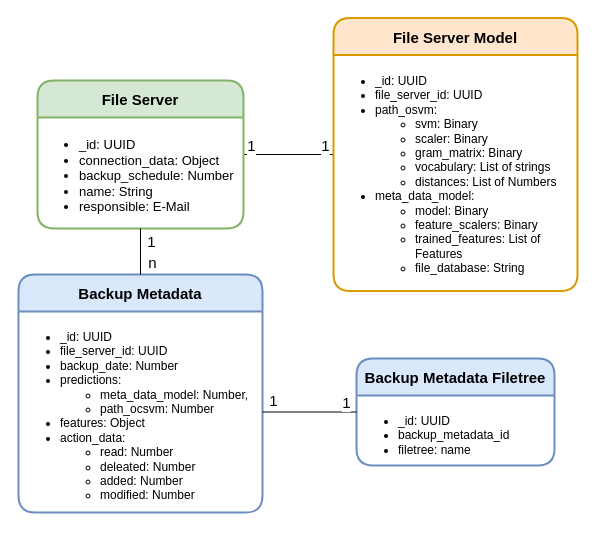
The draw.io diagram diagrams/DataBaseStructure.drawio in Blaxzter/AI-RWTH-Internship, before the edit. Source tidied: cells renumbered, new cells numbered last; positions are measured from the earlier drawing's top-left corner, leaving out a move shared by most shapes. Both pictures are drawn from the tidied source at 100%, with x=0, y=0 at pixel (18, 18).
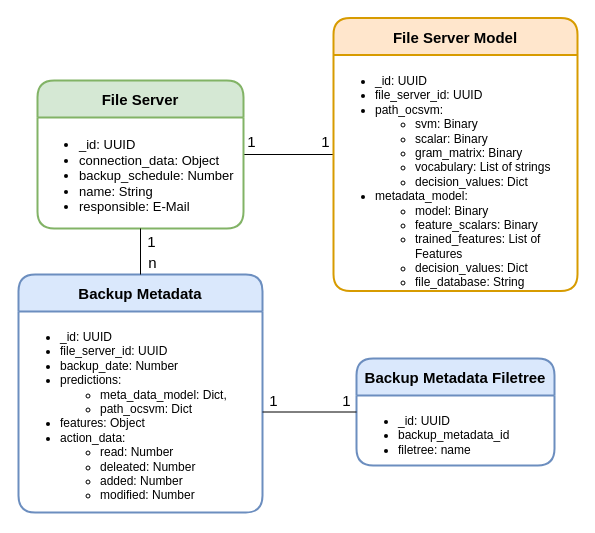
Above is the later version.

The change refers to these unchanged cells:
```xml
<mxCell id="2" style="edgeStyle=orthogonalEdgeStyle;rounded=0;jettySize=auto;html=1;fontSize=15;endArrow=none;endFill=0;" parent="1" edge="1" source="5" target="7">
  <mxGeometry relative="1" as="geometry" />
</mxCell>
<mxCell id="7" value="File Server Model" style="swimlane;horizontal=1;startSize=37;rounded=1;fontSize=15;fontStyle=1;strokeWidth=2;shadow=0;dashed=0;align=center;fillColor=#ffe6cc;strokeColor=#d79b00;" parent="1" vertex="1">
  <mxGeometry x="315" y="-0.5" width="244" height="273" as="geometry" />
</mxCell>
<mxCell id="9" value="Backup Metadata" style="swimlane;horizontal=1;startSize=37;rounded=1;fontSize=15;fontStyle=1;strokeWidth=2;shadow=0;dashed=0;align=center;fillColor=#dae8fc;strokeColor=#6c8ebf;" parent="1" vertex="1">
  <mxGeometry y="256" width="244" height="238" as="geometry" />
</mxCell>
<mxCell id="16" style="edgeStyle=orthogonalEdgeStyle;rounded=0;jettySize=auto;html=1;endArrow=none;endFill=0;fontSize=15;" parent="1" edge="1" source="10" target="14">
  <mxGeometry relative="1" as="geometry" />
</mxCell>
```

Change to the diagram source:
```diff
@@
     <mxCell id="3" value="1" style="edgeLabel;html=1;align=center;verticalAlign=middle;fontSize=15;" parent="2" vertex="1">
       <mxGeometry x="-0.21" relative="1" as="geometry">
-        <mxPoint x="-28.7" y="-10" as="offset" />
+        <mxPoint x="-28.7" y="-14" as="offset" />
       </mxGeometry>
     </mxCell>
     <mxCell id="4" value="1" style="edgeLabel;html=1;align=center;verticalAlign=middle;fontSize=15;" parent="2" vertex="1">
       <mxGeometry x="-0.17" y="1" relative="1" as="geometry">
-        <mxPoint x="44" y="-9" as="offset" />
+        <mxPoint x="44" y="-13" as="offset" />
       </mxGeometry>
     </mxCell>
@@
-    <mxCell id="8" value="&lt;ul&gt;&lt;li&gt;_id: UUID&lt;/li&gt;&lt;li&gt;&lt;span&gt;file_server_id: UUID&lt;/span&gt;&lt;br&gt;&lt;/li&gt;&lt;li&gt;path_osvm:&lt;/li&gt;&lt;ul&gt;&lt;li&gt;&lt;span&gt;svm: Binary&lt;/span&gt;&lt;br&gt;&lt;/li&gt;&lt;li&gt;scaler: Binary&lt;/li&gt;&lt;li&gt;gram_matrix: Binary&lt;/li&gt;&lt;li&gt;vocabulary: List of strings&lt;/li&gt;&lt;li&gt;distances: List of Numbers&lt;/li&gt;&lt;/ul&gt;&lt;li&gt;meta_data_model:&lt;/li&gt;&lt;ul&gt;&lt;li&gt;model: Binary&lt;/li&gt;&lt;li&gt;feature_scalers: Binary&lt;/li&gt;&lt;li&gt;trained_features: List of Features&lt;/li&gt;&lt;li&gt;file_database: String&lt;/li&gt;&lt;/ul&gt;&lt;/ul&gt;" style="text;html=1;strokeColor=none;fillColor=none;align=left;verticalAlign=top;whiteSpace=wrap;rounded=0;" parent="7" vertex="1">
+    <mxCell id="8" value="&lt;ul&gt;&lt;li&gt;_id: UUID&lt;/li&gt;&lt;li&gt;&lt;span&gt;file_server_id: UUID&lt;/span&gt;&lt;br&gt;&lt;/li&gt;&lt;li&gt;path_ocsvm:&lt;/li&gt;&lt;ul&gt;&lt;li&gt;&lt;span&gt;svm: Binary&lt;/span&gt;&lt;br&gt;&lt;/li&gt;&lt;li&gt;scalar: Binary&lt;/li&gt;&lt;li&gt;gram_matrix: Binary&lt;/li&gt;&lt;li&gt;vocabulary: List of strings&lt;/li&gt;&lt;li&gt;decision_values: Dict&lt;/li&gt;&lt;/ul&gt;&lt;li&gt;metadata_model:&lt;/li&gt;&lt;ul&gt;&lt;li&gt;model: Binary&lt;/li&gt;&lt;li&gt;feature_scalars: Binary&lt;/li&gt;&lt;li&gt;trained_features: List of Features&lt;/li&gt;&lt;li&gt;decision_values: Dict&lt;/li&gt;&lt;li&gt;file_database: String&lt;/li&gt;&lt;/ul&gt;&lt;/ul&gt;" style="text;html=1;strokeColor=none;fillColor=none;align=left;verticalAlign=top;whiteSpace=wrap;rounded=0;" parent="7" vertex="1">
       <mxGeometry y="37" width="244" height="236" as="geometry" />
     </mxCell>
@@
-    <mxCell id="10" value="&lt;ul&gt;&lt;li&gt;_id: UUID&lt;/li&gt;&lt;li&gt;&lt;span&gt;file_server_id: UUID&lt;/span&gt;&lt;/li&gt;&lt;li&gt;backup_date: Number&lt;/li&gt;&lt;li&gt;predictions:&amp;nbsp;&lt;/li&gt;&lt;ul&gt;&lt;li&gt;meta_data_model: Number,&lt;/li&gt;&lt;li&gt;path_ocsvm: Number&lt;/li&gt;&lt;/ul&gt;&lt;li&gt;features: Object&lt;/li&gt;&lt;li&gt;action_data:&amp;nbsp;&lt;/li&gt;&lt;ul&gt;&lt;li&gt;read: Number&lt;br&gt;&lt;/li&gt;&lt;li&gt;deleated: Number&lt;br&gt;&lt;/li&gt;&lt;li&gt;added: Number&lt;/li&gt;&lt;li&gt;modified: Number&lt;/li&gt;&lt;/ul&gt;&lt;/ul&gt;" style="text;html=1;strokeColor=none;fillColor=none;align=left;verticalAlign=top;whiteSpace=wrap;rounded=0;" parent="9" vertex="1">
+    <mxCell id="10" value="&lt;ul&gt;&lt;li&gt;_id: UUID&lt;/li&gt;&lt;li&gt;&lt;span&gt;file_server_id: UUID&lt;/span&gt;&lt;/li&gt;&lt;li&gt;backup_date: Number&lt;/li&gt;&lt;li&gt;predictions:&amp;nbsp;&lt;/li&gt;&lt;ul&gt;&lt;li&gt;meta_data_model: Dict,&lt;/li&gt;&lt;li&gt;path_ocsvm: Dict&lt;/li&gt;&lt;/ul&gt;&lt;li&gt;features: Object&lt;/li&gt;&lt;li&gt;action_data:&amp;nbsp;&lt;/li&gt;&lt;ul&gt;&lt;li&gt;read: Number&lt;br&gt;&lt;/li&gt;&lt;li&gt;deleated: Number&lt;br&gt;&lt;/li&gt;&lt;li&gt;added: Number&lt;/li&gt;&lt;li&gt;modified: Number&lt;/li&gt;&lt;/ul&gt;&lt;/ul&gt;" style="text;html=1;strokeColor=none;fillColor=none;align=left;verticalAlign=top;whiteSpace=wrap;rounded=0;" parent="9" vertex="1">
       <mxGeometry y="37" width="244" height="201" as="geometry" />
     </mxCell>
@@
     <mxCell id="18" value="1" style="edgeLabel;html=1;align=center;verticalAlign=middle;fontSize=15;" parent="16" vertex="1">
       <mxGeometry x="0.73" y="1" relative="1" as="geometry">
-        <mxPoint x="2.6" y="-9.5" as="offset" />
+        <mxPoint x="2.6" y="-11.5" as="offset" />
       </mxGeometry>
     </mxCell>
```
